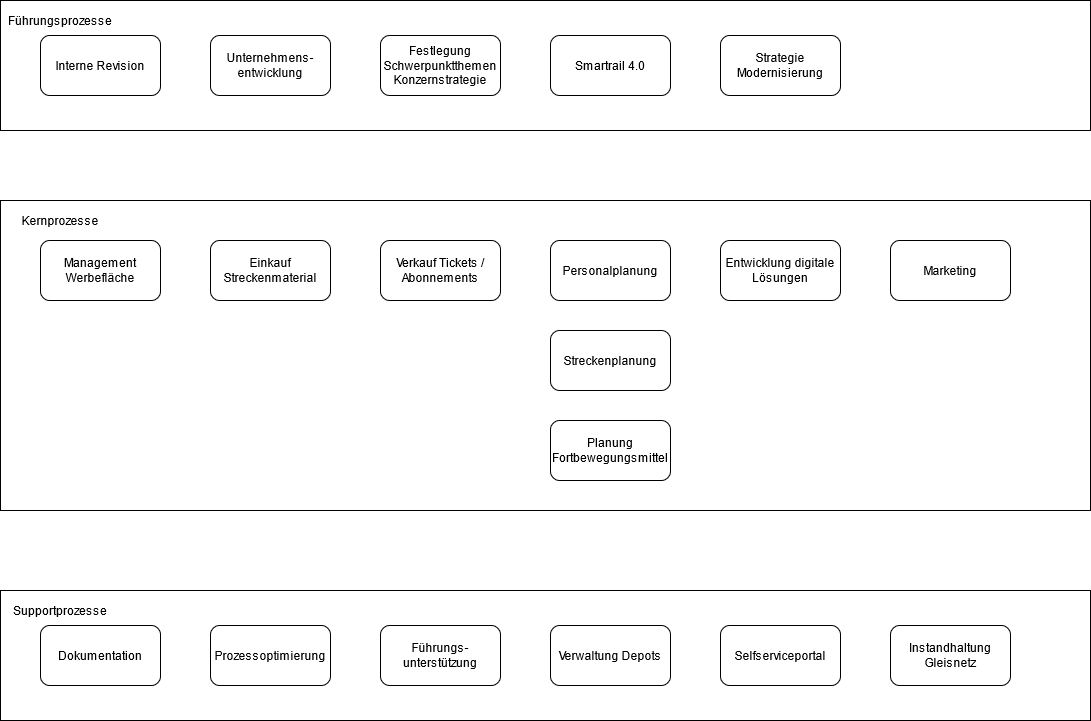
MokthecoolWok/m254 keeps this draw.io diagram as ProzessMAP_A4.png. Above is the earlier version. Source tidied: cells renumbered, new cells last; positions are measured from the earlier drawing's top-left corner, leaving out a move shared by most shapes.
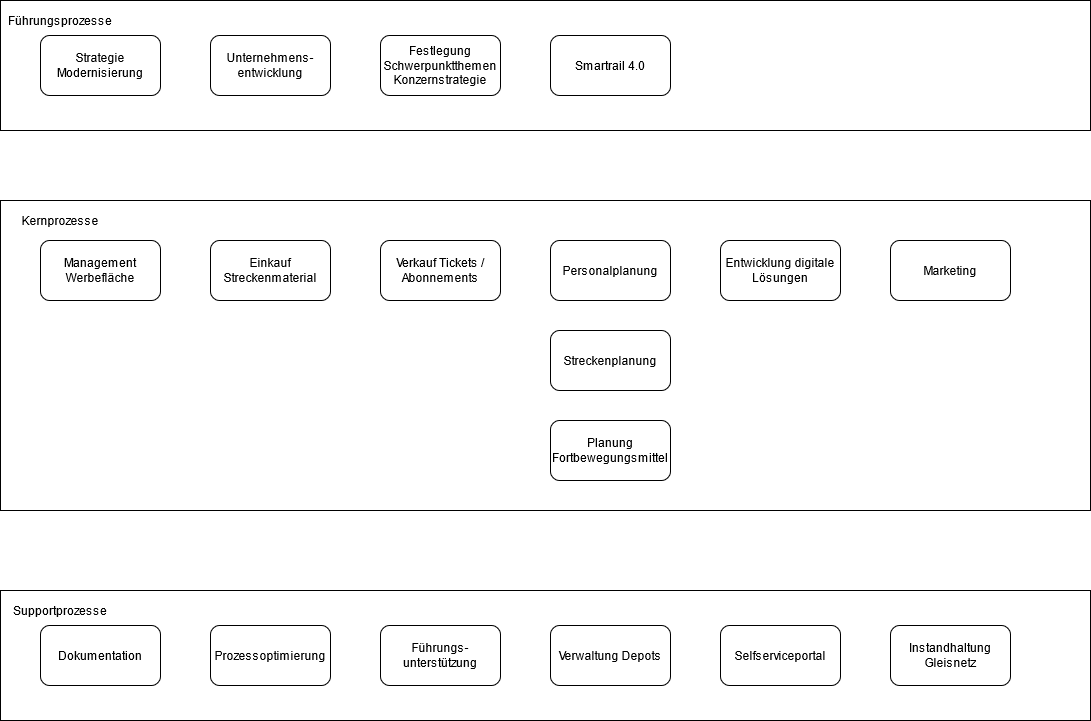
The same diagram one commit later.

Diff of the diagram source:
```diff
@@ -54,11 +54,8 @@
       <mxGeometry x="550" y="35" width="120" height="60" as="geometry" />
     </mxCell>
     <mxCell id="19" value="Strategie Modernisierung" style="rounded=1;whiteSpace=wrap;html=1;" parent="13" vertex="1">
-      <mxGeometry x="720" y="35" width="120" height="60" as="geometry" />
+      <mxGeometry x="40" y="35" width="120" height="60" as="geometry" />
     </mxCell>
-    <mxCell id="20" value="Interne Revision" style="rounded=1;whiteSpace=wrap;html=1;" parent="13" vertex="1">
-      <mxGeometry x="40" y="35" width="120" height="60" as="geometry" />
-    </mxCell>
     <mxCell id="21" style="group;" parent="1" vertex="1">
       <mxGeometry y="590" width="1090" height="130" as="geometry" />
     </mxCell>
```
